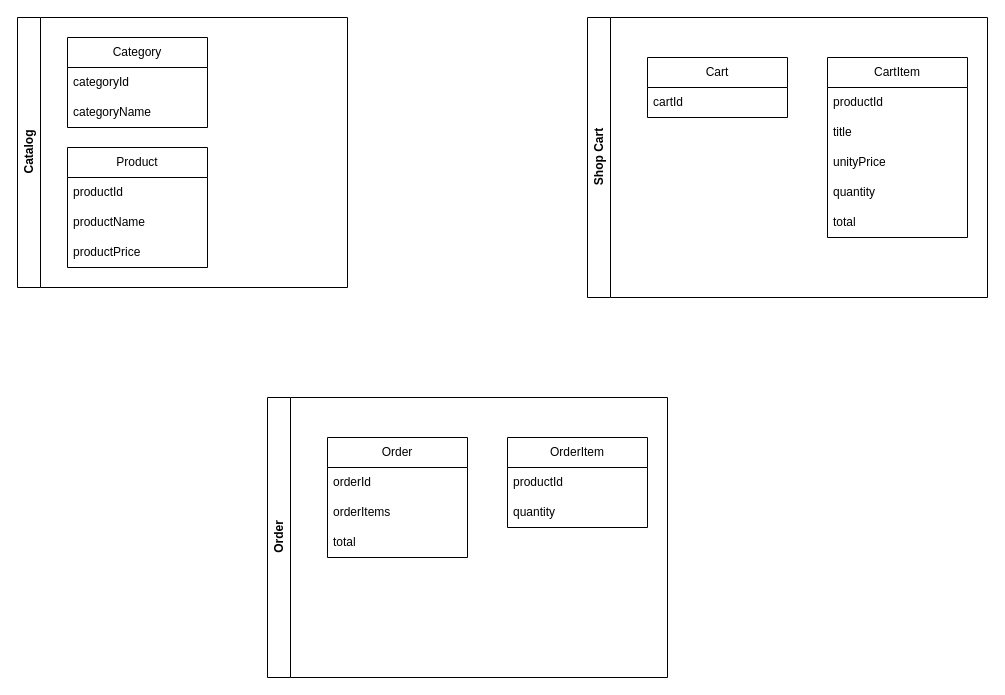
This is page "Sales" (2 of 2) of solution-scheme.drawio from mmendespro/event-modeling-concepts, a draw.io file, before an edit. Source tidied: cells renumbered, new cells numbered last; positions are measured from the earlier drawing's top-left corner, leaving out a move shared by most shapes. Both pictures are drawn from the tidied source at 100%, with x=0, y=0 at pixel (17, 17).
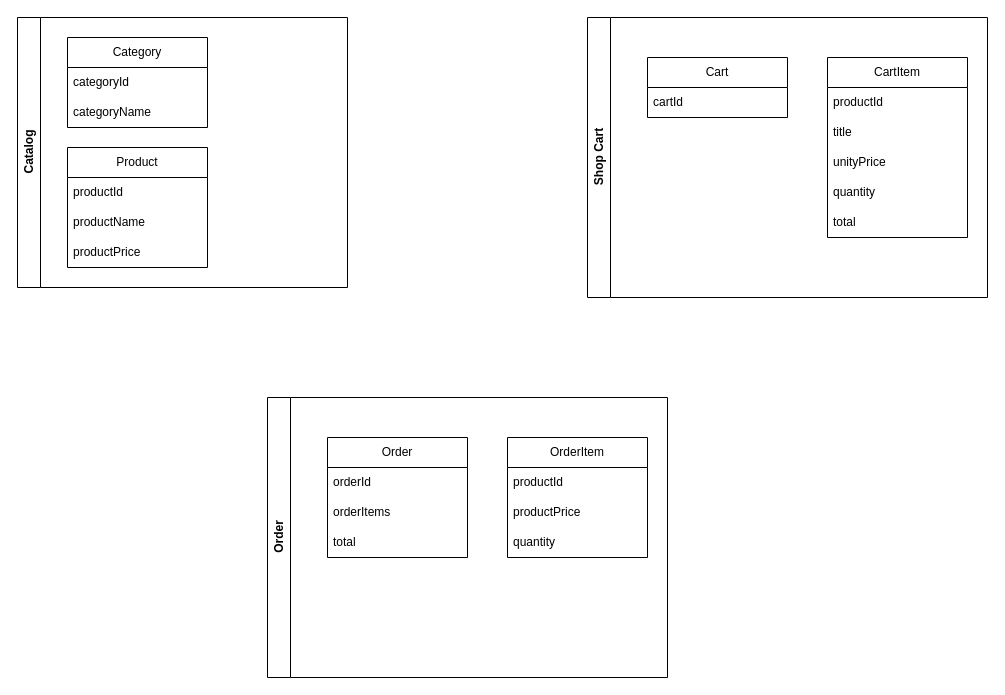
The same diagram, later.

Unchanged cells that the change refers to:
```xml
<mxCell id="21" value="Order" style="swimlane;horizontal=0;whiteSpace=wrap;html=1;" parent="1" vertex="1">
  <mxGeometry x="250" y="380" width="400" height="280" as="geometry" />
</mxCell>
```

What changed in the source:
```diff
@@
     <mxCell id="22" value="OrderItem" style="swimlane;fontStyle=0;horizontal=1;startSize=30;whiteSpace=wrap;html=1;" parent="21" vertex="1">
-      <mxGeometry x="240" y="40" width="140" height="90" as="geometry" />
+      <mxGeometry x="240" y="40" width="140" height="120" as="geometry" />
     </mxCell>
@@
-    <mxCell id="24" value="quantity" style="text;strokeColor=none;fillColor=none;align=left;verticalAlign=middle;spacingLeft=4;spacingRight=4;overflow=hidden;whiteSpace=wrap;html=1;" parent="22" vertex="1">
+    <mxCell id="24" value="productPrice" style="text;strokeColor=none;fillColor=none;align=left;verticalAlign=middle;spacingLeft=4;spacingRight=4;overflow=hidden;whiteSpace=wrap;html=1;" parent="22" vertex="1">
       <mxGeometry y="60" width="140" height="30" as="geometry" />
     </mxCell>
+    <mxCell id="29" value="quantity" style="text;strokeColor=none;fillColor=none;align=left;verticalAlign=middle;spacingLeft=4;spacingRight=4;overflow=hidden;whiteSpace=wrap;html=1;" parent="22" vertex="1">
+      <mxGeometry y="90" width="140" height="30" as="geometry" />
+    </mxCell>
```
